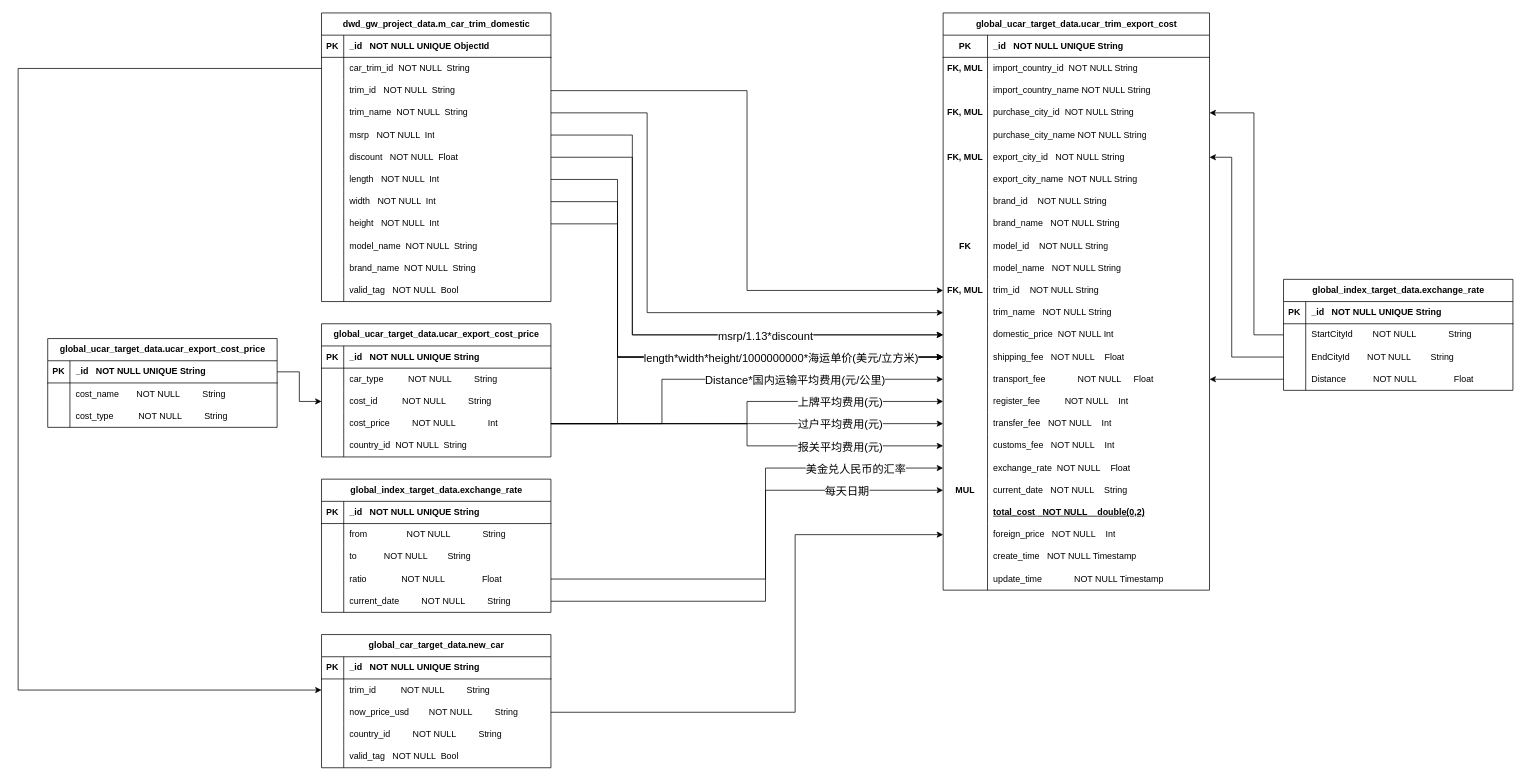
Earlier version of the draw.io diagram 广物利润计算流程.drawio (wangzijia122/drawio_repository). Source tidied: cells renumbered, new cells numbered last; positions are measured from the earlier drawing's top-left corner, leaving out a move shared by most shapes. Both pictures are drawn from the tidied source at 74%, with x=0, y=0 at pixel (18, 13).
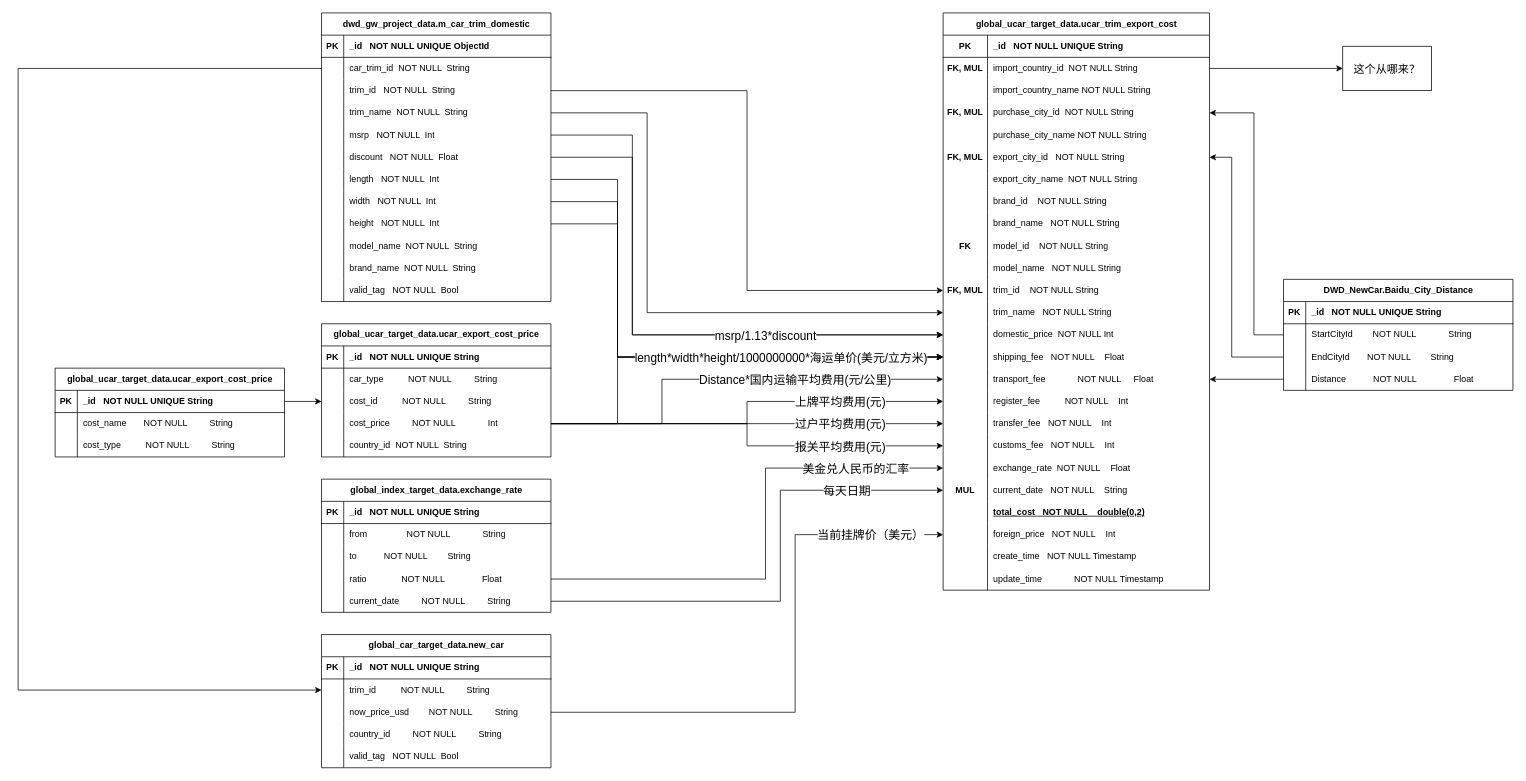
The same diagram, later.

Commit message (it also covers changes not shown here):
更新广物利润计算流程.drawio

The change refers to these unchanged cells:
```xml
<mxCell id="7" style="shape=tableRow;horizontal=0;startSize=0;swimlaneHead=0;swimlaneBody=0;fillColor=none;points=[[0,0.5],[1,0.5]];portConstraint=eastwest;top=0;left=0;right=0;bottom=0;" parent="3" vertex="1">
  <mxGeometry y="60" width="360" height="30" as="geometry" />
</mxCell>
<mxCell id="64" style="shape=tableRow;horizontal=0;startSize=0;swimlaneHead=0;swimlaneBody=0;fillColor=none;points=[[0,0.5],[1,0.5]];portConstraint=eastwest;top=0;left=0;right=0;bottom=0;" parent="3" vertex="1">
  <mxGeometry y="630" width="360" height="30" as="geometry" />
</mxCell>
<mxCell id="135" style="edgeStyle=orthogonalEdgeStyle;rounded=0;jettySize=auto;html=1;exitX=1;exitY=0.5;exitDx=0;exitDy=0;entryX=0;entryY=0.5;entryDx=0;entryDy=0;" parent="1" edge="1" source="92" target="43">
  <mxGeometry relative="1" as="geometry">
    <Array as="points">
      <mxPoint x="830" y="165" />
      <mxPoint x="830" y="435" />
    </Array>
  </mxGeometry>
</mxCell>
<mxCell id="155" style="edgeStyle=orthogonalEdgeStyle;rounded=0;jettySize=auto;html=1;exitX=1;exitY=0.5;exitDx=0;exitDy=0;entryX=0;entryY=0.5;entryDx=0;entryDy=0;" parent="1" edge="1" source="149" target="46">
  <mxGeometry relative="1" as="geometry">
    <Array as="points">
      <mxPoint x="810" y="555" />
      <mxPoint x="810" y="465" />
    </Array>
  </mxGeometry>
</mxCell>
<mxCell id="168" style="edgeStyle=orthogonalEdgeStyle;rounded=0;jettySize=auto;html=1;exitX=1;exitY=0.5;exitDx=0;exitDy=0;entryX=0;entryY=0.5;entryDx=0;entryDy=0;" parent="1" edge="1" source="149" target="49">
  <mxGeometry relative="1" as="geometry">
    <Array as="points">
      <mxPoint x="870" y="555" />
      <mxPoint x="870" y="495" />
    </Array>
  </mxGeometry>
</mxCell>
<mxCell id="170" style="edgeStyle=orthogonalEdgeStyle;rounded=0;jettySize=auto;html=1;exitX=1;exitY=0.5;exitDx=0;exitDy=0;entryX=0;entryY=0.5;entryDx=0;entryDy=0;" parent="1" edge="1" source="149" target="52">
  <mxGeometry relative="1" as="geometry" />
</mxCell>
<mxCell id="172" style="edgeStyle=orthogonalEdgeStyle;rounded=0;jettySize=auto;html=1;exitX=1;exitY=0.5;exitDx=0;exitDy=0;entryX=0;entryY=0.5;entryDx=0;entryDy=0;" parent="1" edge="1" source="149" target="55">
  <mxGeometry relative="1" as="geometry" />
</mxCell>
<mxCell id="174" style="edgeStyle=orthogonalEdgeStyle;rounded=0;jettySize=auto;html=1;exitX=1;exitY=0.5;exitDx=0;exitDy=0;entryX=0;entryY=0.5;entryDx=0;entryDy=0;" parent="1" edge="1" source="149" target="58">
  <mxGeometry relative="1" as="geometry" />
</mxCell>
<mxCell id="189" style="shape=tableRow;horizontal=0;startSize=0;swimlaneHead=0;swimlaneBody=0;fillColor=none;points=[[0,0.5],[1,0.5]];portConstraint=eastwest;top=0;left=0;right=0;bottom=0;" parent="176" vertex="1">
  <mxGeometry y="150" width="310" height="30" as="geometry" />
</mxCell>
<mxCell id="192" style="edgeStyle=orthogonalEdgeStyle;rounded=0;jettySize=auto;html=1;exitX=1;exitY=0.5;exitDx=0;exitDy=0;entryX=0;entryY=0.5;entryDx=0;entryDy=0;" parent="1" edge="1" source="186" target="61">
  <mxGeometry relative="1" as="geometry">
    <Array as="points">
      <mxPoint x="1010" y="765" />
      <mxPoint x="1010" y="615" />
    </Array>
  </mxGeometry>
</mxCell>
<mxCell id="212" style="edgeStyle=orthogonalEdgeStyle;rounded=0;jettySize=auto;html=1;exitX=1;exitY=0.5;exitDx=0;exitDy=0;entryX=0;entryY=0.5;entryDx=0;entryDy=0;" parent="1" edge="1" source="123" target="70">
  <mxGeometry relative="1" as="geometry">
    <Array as="points">
      <mxPoint x="1050" y="945" />
      <mxPoint x="1050" y="705" />
    </Array>
  </mxGeometry>
</mxCell>
```

The edit, as a diff of the source:
```diff
@@
-    <mxCell id="136" value="msrp/1.13*discount" style="edgeLabel;html=1;align=center;verticalAlign=middle;fontSize=15;" parent="135" vertex="1">
+    <mxCell id="136" value="msrp/1.13*discount" style="edgeLabel;html=1;align=center;verticalAlign=middle;fontSize=16;" parent="135" vertex="1">
       <mxGeometry x="0.44" relative="1" as="geometry">
         <mxPoint x="-17" as="offset" />
       </mxGeometry>
     </mxCell>
@@
-    <mxCell id="156" value="length*width*height/1000000000*海运单价(美元/立方米)" style="edgeLabel;html=1;align=center;verticalAlign=middle;fontSize=15;" parent="155" vertex="1">
+    <mxCell id="156" value="length*width*height/1000000000*海运单价(美元/立方米)" style="edgeLabel;html=1;align=center;verticalAlign=middle;fontSize=16;" parent="155" vertex="1">
       <mxGeometry x="0.57" y="-1" relative="1" as="geometry">
         <mxPoint x="-87" y="-1" as="offset" />
       </mxGeometry>
     </mxCell>
     <mxCell id="157" value="global_ucar_target_data.ucar_export_cost_price" style="shape=table;startSize=30;childLayout=tableLayout;rowLines=0;fontStyle=1;align=center;html=1;" parent="1" vertex="1">
-      <mxGeometry x="40" y="440" width="310" height="120" as="geometry" />
+      <mxGeometry x="50" y="480" width="310" height="120" as="geometry" />
     </mxCell>
@@
-    <mxCell id="169" value="Distance*国内运输平均费用(元/公里)" style="edgeLabel;html=1;align=center;verticalAlign=middle;fontSize=15;" parent="168" vertex="1">
+    <mxCell id="169" value="Distance*国内运输平均费用(元/公里)" style="edgeLabel;html=1;align=center;verticalAlign=middle;fontSize=16;" parent="168" vertex="1">
       <mxGeometry x="0.4" y="-1" relative="1" as="geometry">
         <mxPoint x="-24" y="-1" as="offset" />
       </mxGeometry>
     </mxCell>
@@
-    <mxCell id="171" value="上牌平均费用(元)" style="edgeLabel;html=1;align=center;verticalAlign=middle;fontSize=15;" parent="170" vertex="1">
+    <mxCell id="171" value="上牌平均费用(元)" style="edgeLabel;html=1;align=center;verticalAlign=middle;fontSize=16;" parent="170" vertex="1">
       <mxGeometry x="0.64" y="-1" relative="1" as="geometry">
         <mxPoint x="-39" y="-1" as="offset" />
       </mxGeometry>
     </mxCell>
@@
-    <mxCell id="173" value="过户平均费用(元)" style="edgeLabel;html=1;align=center;verticalAlign=middle;fontSize=15;" parent="172" vertex="1">
+    <mxCell id="173" value="过户平均费用(元)" style="edgeLabel;html=1;align=center;verticalAlign=middle;fontSize=16;" parent="172" vertex="1">
       <mxGeometry x="0.6" y="1" relative="1" as="geometry">
         <mxPoint x="-34" y="1" as="offset" />
       </mxGeometry>
     </mxCell>
@@
-    <mxCell id="175" value="报关平均费用(元)" style="edgeLabel;html=1;align=center;verticalAlign=middle;fontSize=15;" parent="174" vertex="1">
+    <mxCell id="175" value="报关平均费用(元)" style="edgeLabel;html=1;align=center;verticalAlign=middle;fontSize=16;" parent="174" vertex="1">
       <mxGeometry x="0.6" y="-3" relative="1" as="geometry">
         <mxPoint x="-28" y="-3" as="offset" />
       </mxGeometry>
     </mxCell>
@@
-    <mxCell id="193" value="美金兑人民币的汇率" style="edgeLabel;html=1;align=center;verticalAlign=middle;fontSize=15;" parent="192" vertex="1">
+    <mxCell id="193" value="美金兑人民币的汇率" style="edgeLabel;html=1;align=center;verticalAlign=middle;fontSize=16;" parent="192" vertex="1">
       <mxGeometry x="0.68" y="-3" relative="1" as="geometry">
         <mxPoint x="-10" y="-3" as="offset" />
       </mxGeometry>
     </mxCell>
     <mxCell id="194" style="edgeStyle=orthogonalEdgeStyle;rounded=0;jettySize=auto;html=1;exitX=1;exitY=0.5;exitDx=0;exitDy=0;entryX=0;entryY=0.5;entryDx=0;entryDy=0;" parent="1" edge="1" source="189" target="64">
       <mxGeometry relative="1" as="geometry">
         <Array as="points">
-          <mxPoint x="1010" y="795" />
-          <mxPoint x="1010" y="645" />
+          <mxPoint x="1030" y="795" />
+          <mxPoint x="1030" y="645" />
         </Array>
       </mxGeometry>
     </mxCell>
-    <mxCell id="195" value="每天日期" style="edgeLabel;html=1;align=center;verticalAlign=middle;fontSize=15;" parent="194" vertex="1">
+    <mxCell id="195" value="每天日期" style="edgeLabel;html=1;align=center;verticalAlign=middle;fontSize=16;" parent="194" vertex="1">
       <mxGeometry x="0.69" relative="1" as="geometry">
         <mxPoint x="-26" as="offset" />
       </mxGeometry>
     </mxCell>
-    <mxCell id="196" value="global_index_target_data.exchange_rate" style="shape=table;startSize=30;childLayout=tableLayout;rowLines=0;fontStyle=1;align=center;html=1;" parent="1" vertex="1">
+    <mxCell id="196" value="DWD_NewCar.Baidu_City_Distance" style="shape=table;startSize=30;childLayout=tableLayout;rowLines=0;fontStyle=1;align=center;html=1;" parent="1" vertex="1">
       <mxGeometry x="1710" y="360" width="310" height="150" as="geometry" />
     </mxCell>
@@
+    <mxCell id="214" value="当前挂牌价（美元）" style="edgeLabel;html=1;align=center;verticalAlign=middle;fontSize=16;" parent="212" vertex="1">
+      <mxGeometry x="0.67" y="-3" relative="1" as="geometry">
+        <mxPoint x="28" y="-3" as="offset" />
+      </mxGeometry>
+    </mxCell>
@@
+    <mxCell id="215" style="edgeStyle=orthogonalEdgeStyle;rounded=0;jettySize=auto;html=1;exitX=1;exitY=0.5;exitDx=0;exitDy=0;entryX=0;entryY=0.5;entryDx=0;entryDy=0;" parent="1" edge="1" source="7" target="216">
+      <mxGeometry relative="1" as="geometry" />
+    </mxCell>
+    <mxCell id="216" value="这个从哪来？" style="rounded=0;whiteSpace=wrap;html=1;fontSize=15;" parent="1" vertex="1">
+      <mxGeometry x="1790" y="45" width="120" height="60" as="geometry" />
+    </mxCell>
```
